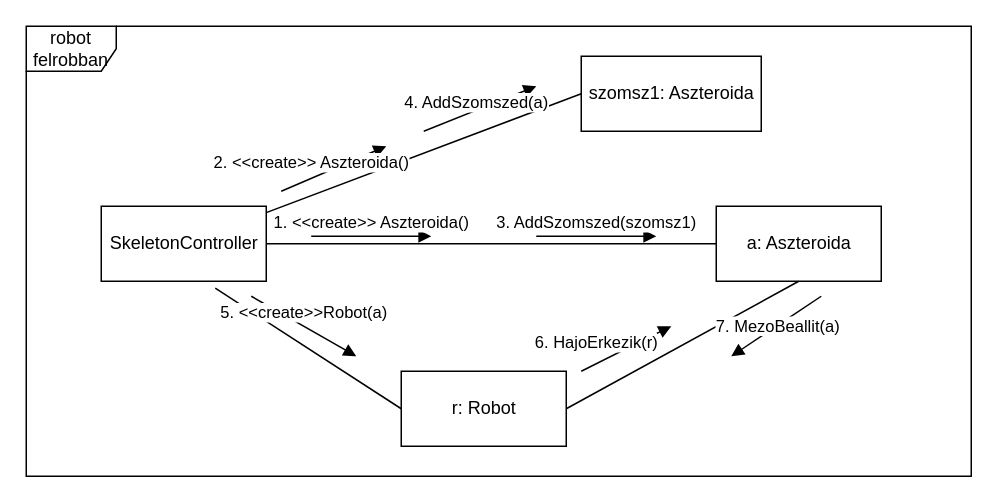
Above: page "robot felrobban" (3 of 4) of doc/kommunikacio/kom_UranLerak.drawio in torpeBoiGo/aszteroidabanyaszat (draw.io), before the change. Source tidied: cells renumbered, new cells numbered last; positions are measured from the earlier drawing's top-left corner, leaving out a move shared by most shapes. Both pictures are drawn from the tidied source at 150%, with x=0, y=0 at pixel (26, 26).
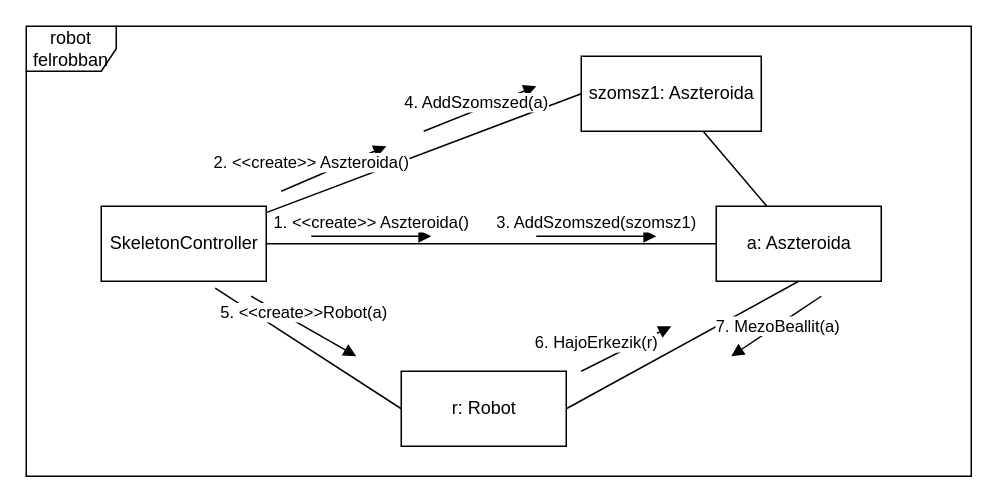
Above is the later version.

Unchanged cells that the change refers to:
```xml
<mxCell id="4" value="a: Aszteroida" style="html=1;" parent="1" vertex="1">
  <mxGeometry x="460" y="120" width="110" height="50" as="geometry" />
</mxCell>
<mxCell id="5" value="szomsz1: Aszteroida" style="html=1;" parent="1" vertex="1">
  <mxGeometry x="370" y="20" width="120" height="50" as="geometry" />
</mxCell>
```

Diff of the diagram source:
```diff
@@
+    <mxCell id="18" style="endArrow=none;html=1;" parent="1" edge="1" source="4" target="5">
+      <mxGeometry relative="1" as="geometry" />
+    </mxCell>
```
